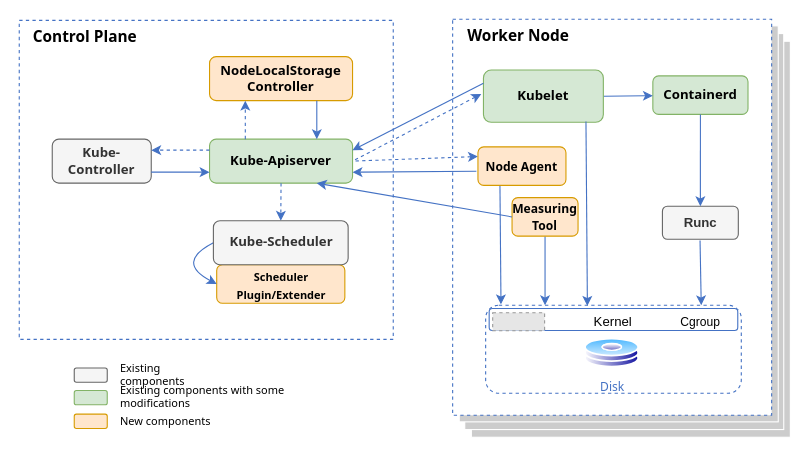
Earlier version of the draw.io diagram page "architectural flow for emptyDir" (10 of 11) of diagram/net_disk_io_design_v1.drawio (IntelOpen/kubernetes). Source tidied: cells renumbered, new cells numbered last; positions are measured from the earlier drawing's top-left corner, leaving out a move shared by most shapes. Both pictures are drawn from the tidied source at 110%, with x=0, y=0 at pixel (19, 19). Pictures stored in the file or linked from it are replaced by grey dashed boxes.
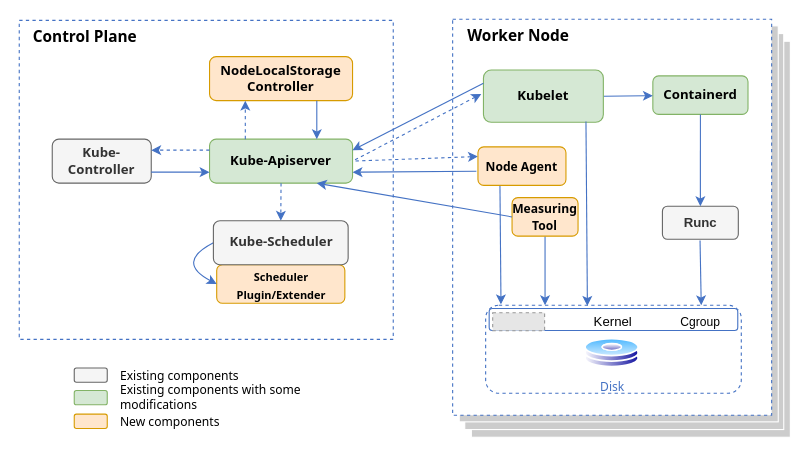
Above is the later version.

Commit message:
adjust font size

The edit, as a diff of the source:
```diff
@@
-    <mxCell id="42" value="Existing components" style="text;html=1;strokeColor=none;fillColor=none;align=left;verticalAlign=middle;whiteSpace=wrap;rounded=0;fontFamily=Tahoma;fontSize=10;" parent="1" vertex="1">
-      <mxGeometry x="90" y="306.5" width="100" height="30" as="geometry" />
+    <mxCell id="42" value="Existing components" style="text;html=1;strokeColor=none;fillColor=none;align=left;verticalAlign=middle;whiteSpace=wrap;rounded=0;fontFamily=Tahoma;fontSize=11;" parent="1" vertex="1">
+      <mxGeometry x="90" y="307.5" width="130" height="30" as="geometry" />
     </mxCell>
@@
-    <mxCell id="44" value="Existing components with some modifications" style="text;html=1;strokeColor=none;fillColor=none;align=left;verticalAlign=middle;whiteSpace=wrap;rounded=0;fontFamily=Tahoma;fontSize=10;" parent="1" vertex="1">
-      <mxGeometry x="90" y="327" width="210" height="30" as="geometry" />
+    <mxCell id="44" value="Existing components with some modifications" style="text;html=1;strokeColor=none;fillColor=none;align=left;verticalAlign=middle;whiteSpace=wrap;rounded=0;fontFamily=Tahoma;fontSize=11;" parent="1" vertex="1">
+      <mxGeometry x="90" y="328" width="230" height="30" as="geometry" />
     </mxCell>
@@
-    <mxCell id="46" value="New components" style="text;html=1;strokeColor=none;fillColor=none;align=left;verticalAlign=middle;whiteSpace=wrap;rounded=0;fontFamily=Tahoma;fontSize=10;" parent="1" vertex="1">
-      <mxGeometry x="90" y="348.5" width="210" height="30" as="geometry" />
+    <mxCell id="46" value="New components" style="text;html=1;strokeColor=none;fillColor=none;align=left;verticalAlign=middle;whiteSpace=wrap;rounded=0;fontFamily=Tahoma;fontSize=11;" parent="1" vertex="1">
+      <mxGeometry x="90" y="349.5" width="210" height="30" as="geometry" />
     </mxCell>
```
